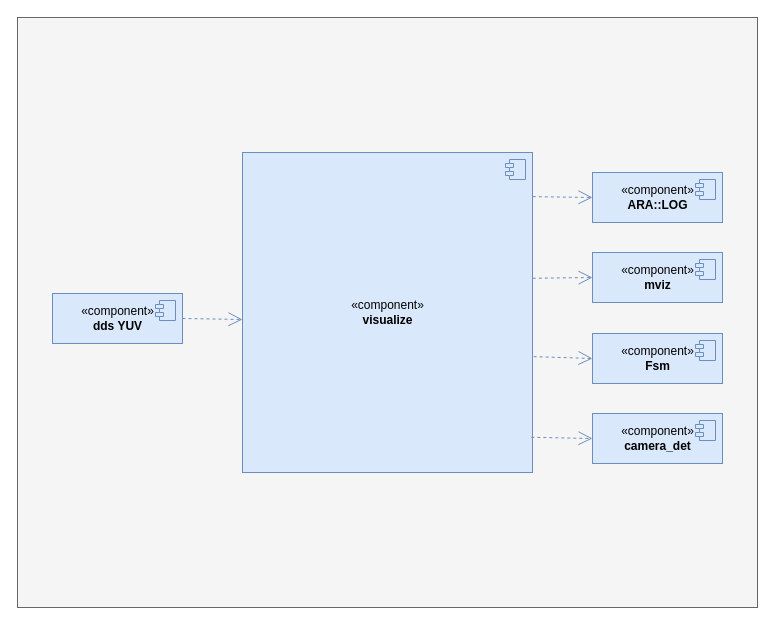
The draw.io diagram visualize模块依赖关系.drawio in xiaoleli/diagrams, before the edit. Source tidied: cells renumbered, new cells numbered last; positions are measured from the earlier drawing's top-left corner, leaving out a move shared by most shapes. Both pictures are drawn from the tidied source at 100%, with x=0, y=0 at pixel (17, 17).
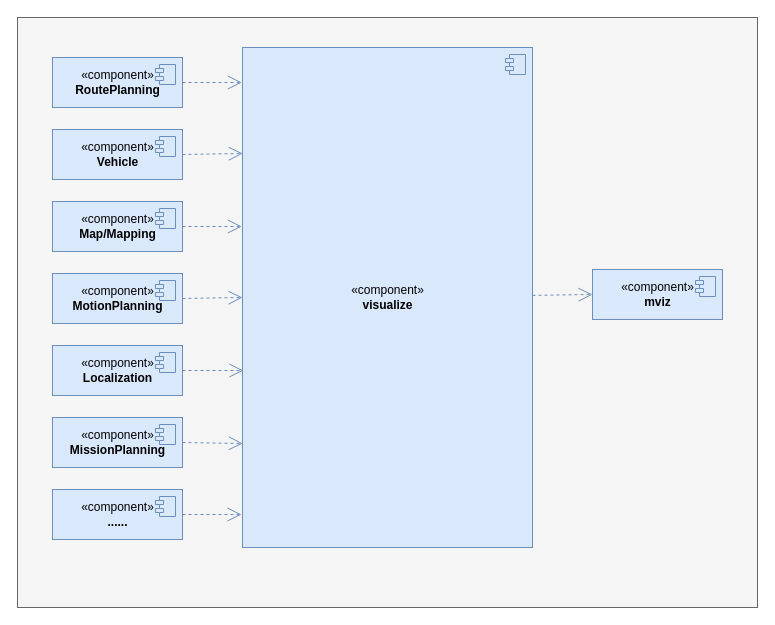
The same page after the edit.

Commit message (it also covers changes not shown here):
更新visualize模块依赖关系.drawio

The edit, as a diff of the source:
```diff
@@
     <mxCell id="3" value="«c&lt;span&gt;omponent&lt;/span&gt;»&lt;br&gt;&lt;b&gt;visualize&lt;/b&gt;" style="html=1;fontStyle=0;fillColor=#dae8fc;strokeColor=#6c8ebf;" parent="1" vertex="1">
-      <mxGeometry x="225" y="135" width="290" height="320" as="geometry" />
+      <mxGeometry x="225" y="30" width="290" height="500" as="geometry" />
     </mxCell>
@@
-    <mxCell id="5" value="«c&lt;span&gt;omponent&lt;/span&gt;»&lt;br&gt;&lt;b&gt;ARA::LOG&lt;/b&gt;" style="html=1;fontStyle=0;fillColor=#dae8fc;strokeColor=#6c8ebf;align=center;" parent="1" vertex="1">
-      <mxGeometry x="575" y="155" width="130" height="50" as="geometry" />
-    </mxCell>
-    <mxCell id="6" style="shape=module;jettyWidth=8;jettyHeight=4;fillColor=#dae8fc;strokeColor=#6c8ebf;" parent="5" vertex="1">
-      <mxGeometry x="1" width="20" height="20" relative="1" as="geometry">
-        <mxPoint x="-27" y="7" as="offset" />
-      </mxGeometry>
-    </mxCell>
-    <mxCell id="7" style="endArrow=open;endSize=12;dashed=1;html=1;rounded=0;entryX=0;entryY=0.5;entryDx=0;entryDy=0;exitX=1.001;exitY=0.138;exitDx=0;exitDy=0;fillColor=#dae8fc;strokeColor=#6c8ebf;exitPerimeter=0;" parent="1" edge="1" source="3" target="5">
-      <mxGeometry relative="1" as="geometry" />
-    </mxCell>
-    <mxCell id="8" value="«c&lt;span&gt;omponent&lt;/span&gt;»&lt;br&gt;&lt;b&gt;dds YUV&lt;/b&gt;" style="html=1;fontStyle=0;fillColor=#dae8fc;strokeColor=#6c8ebf;align=center;" parent="1" vertex="1">
-      <mxGeometry x="35" y="276" width="130" height="50" as="geometry" />
+    <mxCell id="8" value="«c&lt;span&gt;omponent&lt;/span&gt;»&lt;br&gt;&lt;b&gt;RoutePlanning&lt;/b&gt;" style="html=1;fontStyle=0;fillColor=#dae8fc;strokeColor=#6c8ebf;align=center;" parent="1" vertex="1">
+      <mxGeometry x="35" y="40" width="130" height="50" as="geometry" />
     </mxCell>
@@
-    <mxCell id="10" value="«c&lt;span&gt;omponent&lt;/span&gt;»&lt;br&gt;&lt;b&gt;Fsm&lt;/b&gt;" style="html=1;fontStyle=0;fillColor=#dae8fc;strokeColor=#6c8ebf;align=center;" parent="1" vertex="1">
-      <mxGeometry x="575" y="316" width="130" height="50" as="geometry" />
-    </mxCell>
-    <mxCell id="11" style="shape=module;jettyWidth=8;jettyHeight=4;fillColor=#dae8fc;strokeColor=#6c8ebf;" parent="10" vertex="1">
-      <mxGeometry x="1" width="20" height="20" relative="1" as="geometry">
-        <mxPoint x="-27" y="7" as="offset" />
-      </mxGeometry>
-    </mxCell>
-    <mxCell id="12" value="«c&lt;span&gt;omponent&lt;/span&gt;»&lt;br&gt;&lt;b&gt;camera_det&lt;/b&gt;" style="html=1;fontStyle=0;fillColor=#dae8fc;strokeColor=#6c8ebf;align=center;" parent="1" vertex="1">
-      <mxGeometry x="575" y="396" width="130" height="50" as="geometry" />
-    </mxCell>
-    <mxCell id="13" style="shape=module;jettyWidth=8;jettyHeight=4;fillColor=#dae8fc;strokeColor=#6c8ebf;" parent="12" vertex="1">
-      <mxGeometry x="1" width="20" height="20" relative="1" as="geometry">
-        <mxPoint x="-27" y="7" as="offset" />
-      </mxGeometry>
-    </mxCell>
-    <mxCell id="14" style="endArrow=open;endSize=12;dashed=1;html=1;rounded=0;exitX=1;exitY=0.5;exitDx=0;exitDy=0;fillColor=#dae8fc;strokeColor=#6c8ebf;entryX=0;entryY=0.75;entryDx=0;entryDy=0;" parent="1" edge="1" source="8">
-      <mxGeometry relative="1" as="geometry">
-        <mxPoint x="225" y="302" as="targetPoint" />
-      </mxGeometry>
+    <mxCell id="14" style="endArrow=open;endSize=12;dashed=1;html=1;rounded=0;exitX=1;exitY=0.5;exitDx=0;exitDy=0;fillColor=#dae8fc;strokeColor=#6c8ebf;entryX=-0.002;entryY=0.07;entryDx=0;entryDy=0;entryPerimeter=0;" parent="1" edge="1" source="8" target="3">
+      <mxGeometry relative="1" as="geometry" />
     </mxCell>
-    <mxCell id="15" style="endArrow=open;endSize=12;dashed=1;html=1;rounded=0;exitX=1.004;exitY=0.638;exitDx=0;exitDy=0;fillColor=#dae8fc;strokeColor=#6c8ebf;entryX=0;entryY=0.5;entryDx=0;entryDy=0;exitPerimeter=0;" parent="1" edge="1" source="3" target="10">
-      <mxGeometry relative="1" as="geometry" />
-    </mxCell>
-    <mxCell id="16" style="endArrow=open;endSize=12;dashed=1;html=1;rounded=0;entryX=0;entryY=0.5;entryDx=0;entryDy=0;fillColor=#dae8fc;strokeColor=#6c8ebf;exitX=0.996;exitY=0.89;exitDx=0;exitDy=0;exitPerimeter=0;" parent="1" edge="1" source="3" target="12">
-      <mxGeometry relative="1" as="geometry" />
-    </mxCell>
     <mxCell id="17" value="«c&lt;span&gt;omponent&lt;/span&gt;»&lt;br&gt;&lt;b&gt;mviz&lt;/b&gt;" style="html=1;fontStyle=0;fillColor=#dae8fc;strokeColor=#6c8ebf;align=center;" parent="1" vertex="1">
-      <mxGeometry x="575" y="235" width="130" height="50" as="geometry" />
+      <mxGeometry x="575" y="252" width="130" height="50" as="geometry" />
     </mxCell>
@@
-    <mxCell id="19" style="endArrow=open;endSize=12;dashed=1;html=1;rounded=0;entryX=0;entryY=0.5;entryDx=0;entryDy=0;exitX=1.001;exitY=0.393;exitDx=0;exitDy=0;fillColor=#dae8fc;strokeColor=#6c8ebf;exitPerimeter=0;" parent="1" edge="1" source="3" target="17">
+    <mxCell id="19" style="endArrow=open;endSize=12;dashed=1;html=1;rounded=0;entryX=0;entryY=0.5;entryDx=0;entryDy=0;fillColor=#dae8fc;strokeColor=#6c8ebf;" parent="1" edge="1" source="3" target="17">
       <mxGeometry relative="1" as="geometry" />
     </mxCell>
+    <mxCell id="20" value="«c&lt;span&gt;omponent&lt;/span&gt;»&lt;br&gt;&lt;b&gt;Vehicle&lt;/b&gt;" style="html=1;fontStyle=0;fillColor=#dae8fc;strokeColor=#6c8ebf;align=center;" parent="1" vertex="1">
+      <mxGeometry x="35" y="112" width="130" height="50" as="geometry" />
+    </mxCell>
+    <mxCell id="21" style="shape=module;jettyWidth=8;jettyHeight=4;fillColor=#dae8fc;strokeColor=#6c8ebf;" parent="20" vertex="1">
+      <mxGeometry x="1" width="20" height="20" relative="1" as="geometry">
+        <mxPoint x="-27" y="7" as="offset" />
+      </mxGeometry>
+    </mxCell>
+    <mxCell id="22" style="endArrow=open;endSize=12;dashed=1;html=1;rounded=0;exitX=1;exitY=0.5;exitDx=0;exitDy=0;fillColor=#dae8fc;strokeColor=#6c8ebf;entryX=0.001;entryY=0.212;entryDx=0;entryDy=0;entryPerimeter=0;" parent="1" edge="1" source="20" target="3">
+      <mxGeometry relative="1" as="geometry" />
+    </mxCell>
+    <mxCell id="23" value="«c&lt;span&gt;omponent&lt;/span&gt;»&lt;br&gt;&lt;b&gt;Map/Mapping&lt;/b&gt;" style="html=1;fontStyle=0;fillColor=#dae8fc;strokeColor=#6c8ebf;align=center;" parent="1" vertex="1">
+      <mxGeometry x="35" y="184" width="130" height="50" as="geometry" />
+    </mxCell>
+    <mxCell id="24" style="shape=module;jettyWidth=8;jettyHeight=4;fillColor=#dae8fc;strokeColor=#6c8ebf;" parent="23" vertex="1">
+      <mxGeometry x="1" width="20" height="20" relative="1" as="geometry">
+        <mxPoint x="-27" y="7" as="offset" />
+      </mxGeometry>
+    </mxCell>
+    <mxCell id="25" style="endArrow=open;endSize=12;dashed=1;html=1;rounded=0;exitX=1;exitY=0.5;exitDx=0;exitDy=0;fillColor=#dae8fc;strokeColor=#6c8ebf;entryX=-0.002;entryY=0.358;entryDx=0;entryDy=0;entryPerimeter=0;" parent="1" edge="1" source="23" target="3">
+      <mxGeometry relative="1" as="geometry" />
+    </mxCell>
+    <mxCell id="26" value="«c&lt;span&gt;omponent&lt;/span&gt;»&lt;br&gt;&lt;b&gt;MotionPlanning&lt;/b&gt;" style="html=1;fontStyle=0;fillColor=#dae8fc;strokeColor=#6c8ebf;align=center;" parent="1" vertex="1">
+      <mxGeometry x="35" y="256" width="130" height="50" as="geometry" />
+    </mxCell>
+    <mxCell id="27" style="shape=module;jettyWidth=8;jettyHeight=4;fillColor=#dae8fc;strokeColor=#6c8ebf;" parent="26" vertex="1">
+      <mxGeometry x="1" width="20" height="20" relative="1" as="geometry">
+        <mxPoint x="-27" y="7" as="offset" />
+      </mxGeometry>
+    </mxCell>
+    <mxCell id="28" style="endArrow=open;endSize=12;dashed=1;html=1;rounded=0;exitX=1;exitY=0.5;exitDx=0;exitDy=0;fillColor=#dae8fc;strokeColor=#6c8ebf;entryX=0;entryY=0.5;entryDx=0;entryDy=0;" parent="1" edge="1" source="26" target="3">
+      <mxGeometry relative="1" as="geometry" />
+    </mxCell>
+    <mxCell id="29" value="«c&lt;span&gt;omponent&lt;/span&gt;»&lt;br&gt;&lt;b&gt;Localization&lt;/b&gt;" style="html=1;fontStyle=0;fillColor=#dae8fc;strokeColor=#6c8ebf;align=center;" parent="1" vertex="1">
+      <mxGeometry x="35" y="328" width="130" height="50" as="geometry" />
+    </mxCell>
+    <mxCell id="30" style="shape=module;jettyWidth=8;jettyHeight=4;fillColor=#dae8fc;strokeColor=#6c8ebf;" parent="29" vertex="1">
+      <mxGeometry x="1" width="20" height="20" relative="1" as="geometry">
+        <mxPoint x="-27" y="7" as="offset" />
+      </mxGeometry>
+    </mxCell>
+    <mxCell id="31" style="endArrow=open;endSize=12;dashed=1;html=1;rounded=0;exitX=1;exitY=0.5;exitDx=0;exitDy=0;fillColor=#dae8fc;strokeColor=#6c8ebf;entryX=0.003;entryY=0.646;entryDx=0;entryDy=0;entryPerimeter=0;" parent="1" edge="1" source="29" target="3">
+      <mxGeometry relative="1" as="geometry" />
+    </mxCell>
+    <mxCell id="32" value="«c&lt;span&gt;omponent&lt;/span&gt;»&lt;br&gt;&lt;b&gt;MissionPlanning&lt;/b&gt;" style="html=1;fontStyle=0;fillColor=#dae8fc;strokeColor=#6c8ebf;align=center;" parent="1" vertex="1">
+      <mxGeometry x="35" y="400" width="130" height="50" as="geometry" />
+    </mxCell>
+    <mxCell id="33" style="shape=module;jettyWidth=8;jettyHeight=4;fillColor=#dae8fc;strokeColor=#6c8ebf;" parent="32" vertex="1">
+      <mxGeometry x="1" width="20" height="20" relative="1" as="geometry">
+        <mxPoint x="-27" y="7" as="offset" />
+      </mxGeometry>
+    </mxCell>
+    <mxCell id="34" style="endArrow=open;endSize=12;dashed=1;html=1;rounded=0;exitX=1;exitY=0.5;exitDx=0;exitDy=0;fillColor=#dae8fc;strokeColor=#6c8ebf;entryX=0.001;entryY=0.792;entryDx=0;entryDy=0;entryPerimeter=0;" parent="1" edge="1" source="32" target="3">
+      <mxGeometry relative="1" as="geometry" />
+    </mxCell>
+    <mxCell id="35" value="«c&lt;span&gt;omponent&lt;/span&gt;»&lt;br&gt;&lt;b&gt;......&lt;/b&gt;" style="html=1;fontStyle=0;fillColor=#dae8fc;strokeColor=#6c8ebf;align=center;" parent="1" vertex="1">
+      <mxGeometry x="35" y="472" width="130" height="50" as="geometry" />
+    </mxCell>
+    <mxCell id="36" style="shape=module;jettyWidth=8;jettyHeight=4;fillColor=#dae8fc;strokeColor=#6c8ebf;" parent="35" vertex="1">
+      <mxGeometry x="1" width="20" height="20" relative="1" as="geometry">
+        <mxPoint x="-27" y="7" as="offset" />
+      </mxGeometry>
+    </mxCell>
+    <mxCell id="37" style="endArrow=open;endSize=12;dashed=1;html=1;rounded=0;exitX=1;exitY=0.5;exitDx=0;exitDy=0;fillColor=#dae8fc;strokeColor=#6c8ebf;entryX=-0.002;entryY=0.07;entryDx=0;entryDy=0;entryPerimeter=0;" parent="1" edge="1" source="35">
+      <mxGeometry relative="1" as="geometry">
+        <mxPoint x="224" y="497" as="targetPoint" />
+      </mxGeometry>
+    </mxCell>
```
